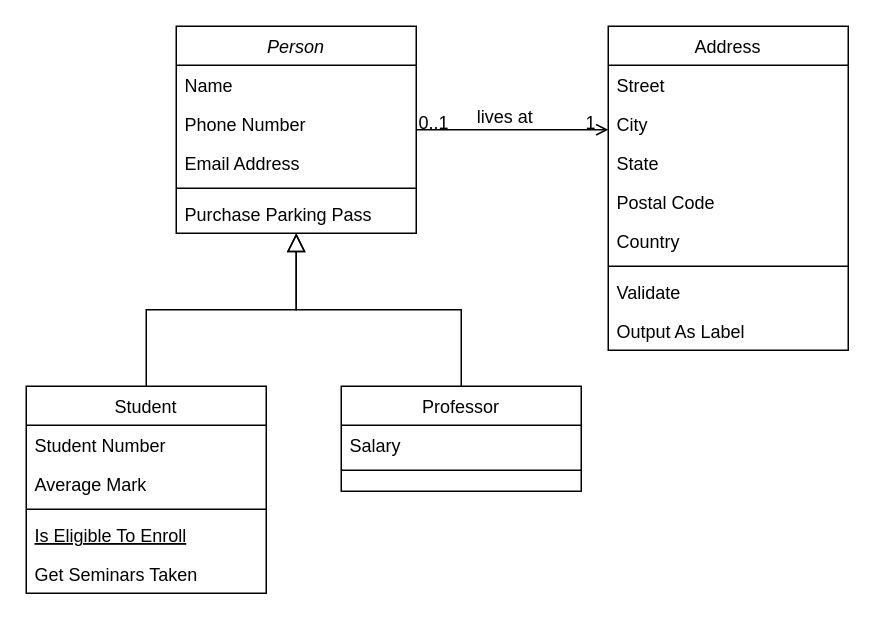
Above: Untitled Diagram.drawio in mcrtee/Creating-a-java-class (draw.io), before the change. Source tidied: cells renumbered, new cells numbered last; positions are measured from the earlier drawing's top-left corner, leaving out a move shared by most shapes. Both pictures are drawn from the tidied source at 150%, with x=0, y=0 at pixel (26, 26).
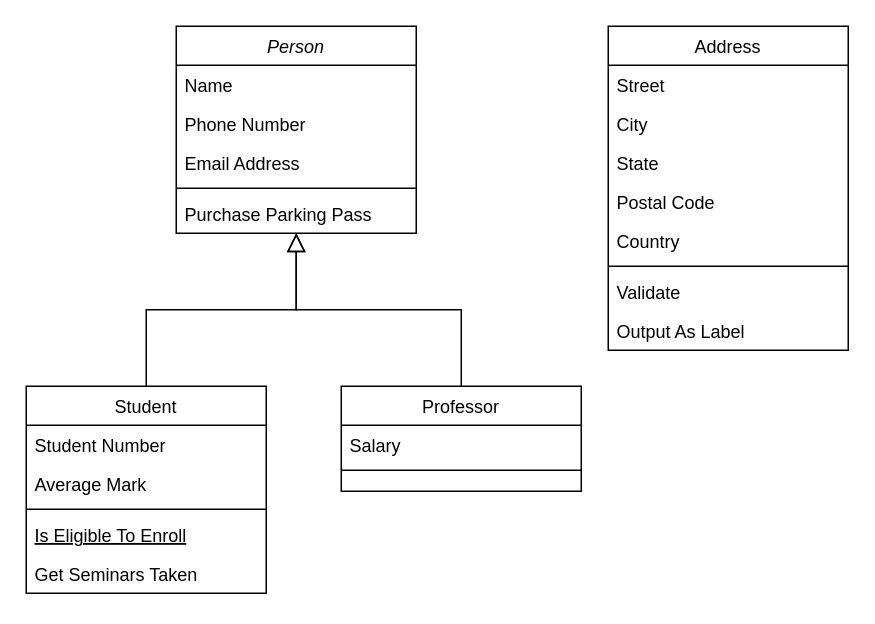
After the change.

Commit message:
UML diagram

The change refers to these unchanged cells:
```xml
<mxCell id="2" value="Person" style="swimlane;fontStyle=2;align=center;verticalAlign=top;horizontal=1;startSize=26;rounded=0;shadow=0;strokeWidth=1;" parent="1" vertex="1">
  <mxGeometry x="100" width="160" height="138" as="geometry" />
</mxCell>
<mxCell id="19" value="Address" style="swimlane;fontStyle=0;align=center;verticalAlign=top;horizontal=1;startSize=26;rounded=0;shadow=0;strokeWidth=1;" parent="1" vertex="1">
  <mxGeometry x="388" width="160" height="216" as="geometry" />
</mxCell>
```

Change to the diagram source:
```diff
@@
-    <mxCell id="28" style="endArrow=open;shadow=0;strokeWidth=1;rounded=0;curved=0;endFill=1;edgeStyle=elbowEdgeStyle;elbow=vertical;" parent="1" edge="1" source="2" target="19">
-      <mxGeometry x="0.5" y="41" relative="1" as="geometry">
-        <mxPoint x="-40" y="32" as="offset" />
-      </mxGeometry>
-    </mxCell>
-    <mxCell id="29" value="0..1" style="align=left;verticalAlign=bottom;labelBackgroundColor=none;fontSize=12;" parent="28" vertex="1">
-      <mxGeometry x="-1" relative="1" as="geometry">
-        <mxPoint y="4" as="offset" />
-      </mxGeometry>
-    </mxCell>
-    <mxCell id="30" value="1" style="align=right;verticalAlign=bottom;labelBackgroundColor=none;fontSize=12;" parent="28" vertex="1">
-      <mxGeometry x="1" relative="1" as="geometry">
-        <mxPoint x="-7" y="4" as="offset" />
-      </mxGeometry>
-    </mxCell>
-    <mxCell id="31" value="lives at" style="text;html=1;align=center;verticalAlign=middle;labelBackgroundColor=none;rounded=0;shadow=0;strokeWidth=1;fontSize=12;" parent="28" vertex="1">
-      <mxGeometry x="0.5" y="49" relative="1" as="geometry">
-        <mxPoint x="-38" y="40" as="offset" />
-      </mxGeometry>
-    </mxCell>
```
